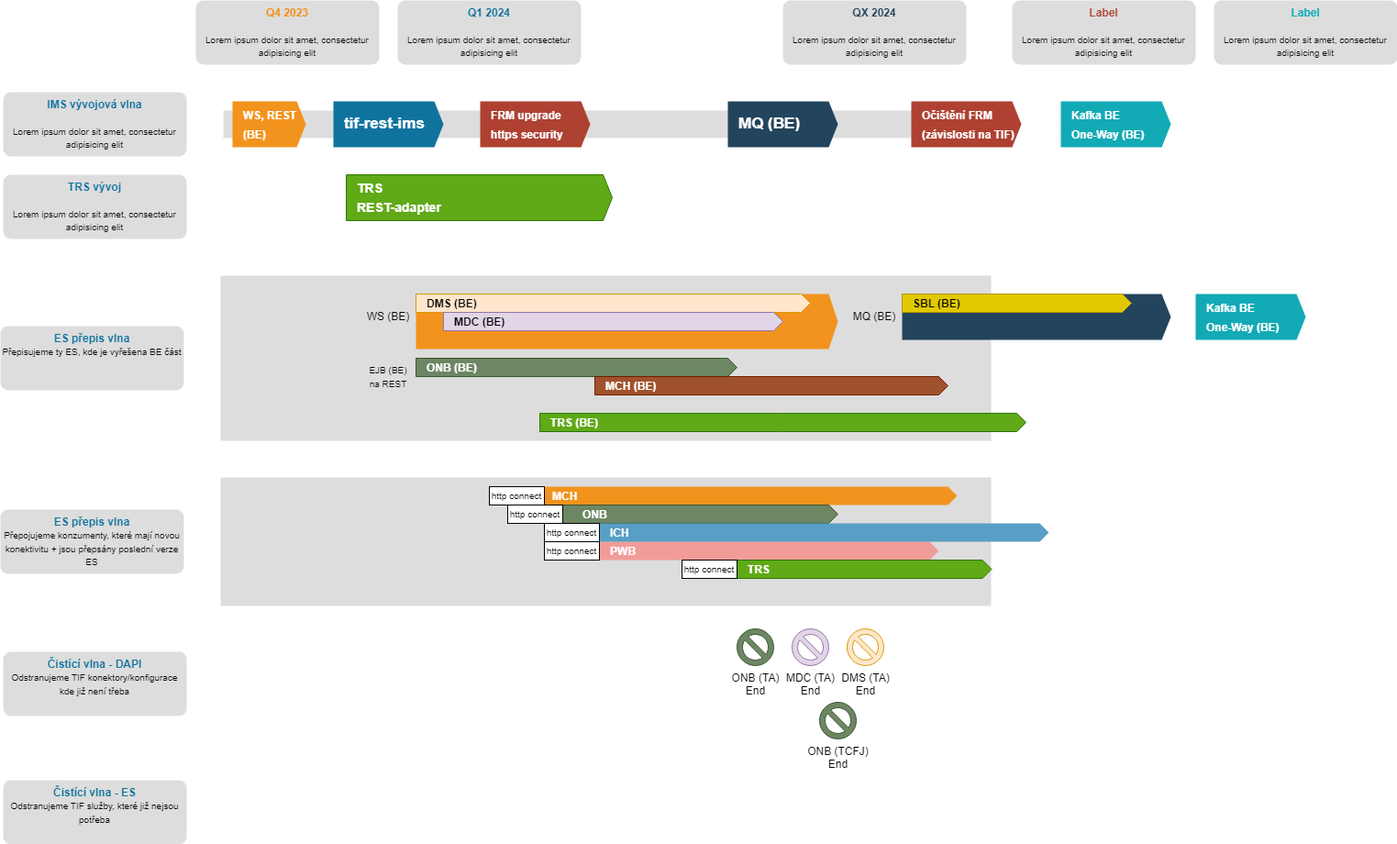
The draw.io diagram tifexit_1.drawio.png in MichalHasekRB/my-Diagrams, before a commit. Source tidied: cells renumbered, new cells last; positions are measured from the earlier drawing's top-left corner, leaving out a move shared by most shapes.
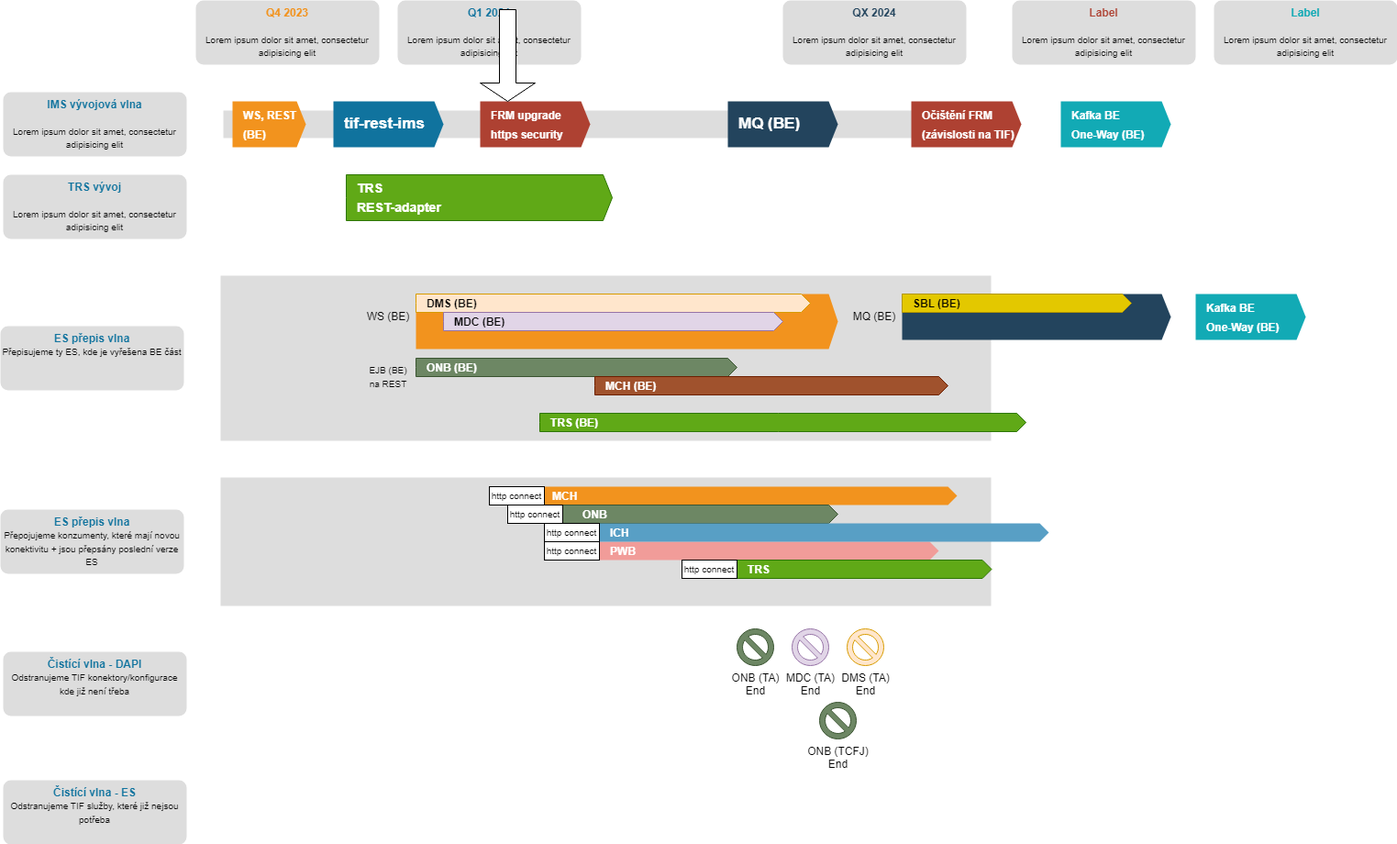
After the commit.

The edit, as a diff of the source:
```diff
@@ -143,5 +143,8 @@
     <mxCell id="48" value="&lt;font color=&quot;#000000&quot;&gt;ONB (TCFJ)&lt;br&gt;End&lt;/font&gt;" style="verticalLabelPosition=bottom;verticalAlign=top;html=1;shape=mxgraph.basic.no_symbol;fillColor=#6d8764;strokeColor=#3A5431;fontColor=#ffffff;" parent="1" vertex="1">
       <mxGeometry x="893" y="765" width="40" height="40" as="geometry" />
     </mxCell>
+    <mxCell id="49" style="shape=singleArrow;direction=south;whiteSpace=wrap;html=1;" parent="1" vertex="1">
+      <mxGeometry x="523" y="10" width="60" height="100" as="geometry" />
+    </mxCell>
   </root>
 </mxGraphModel>
```
